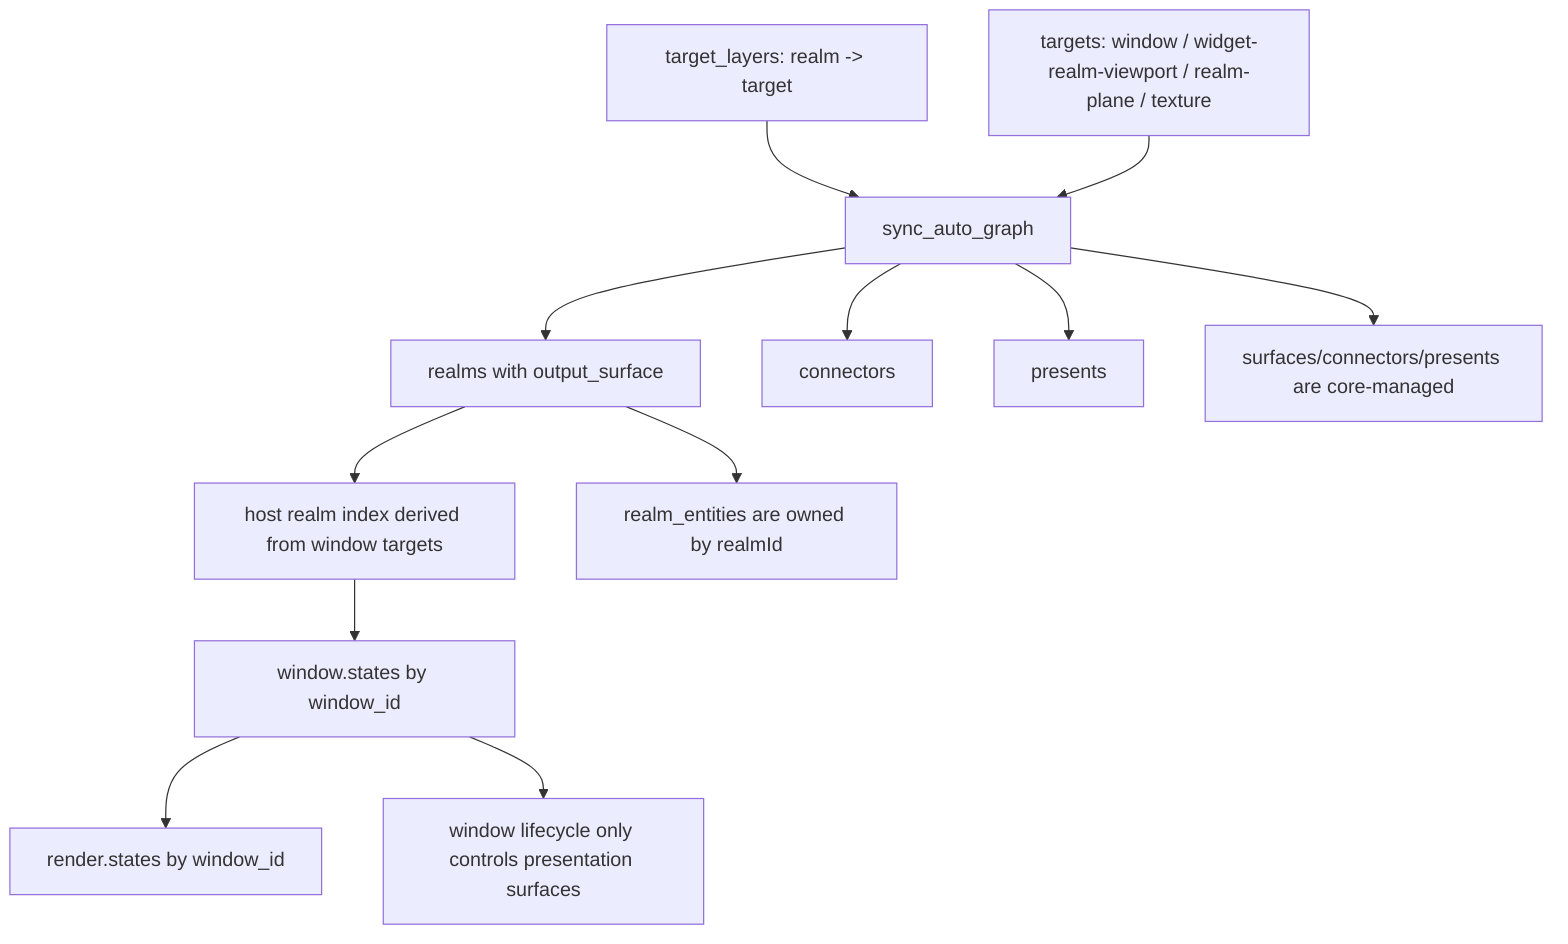
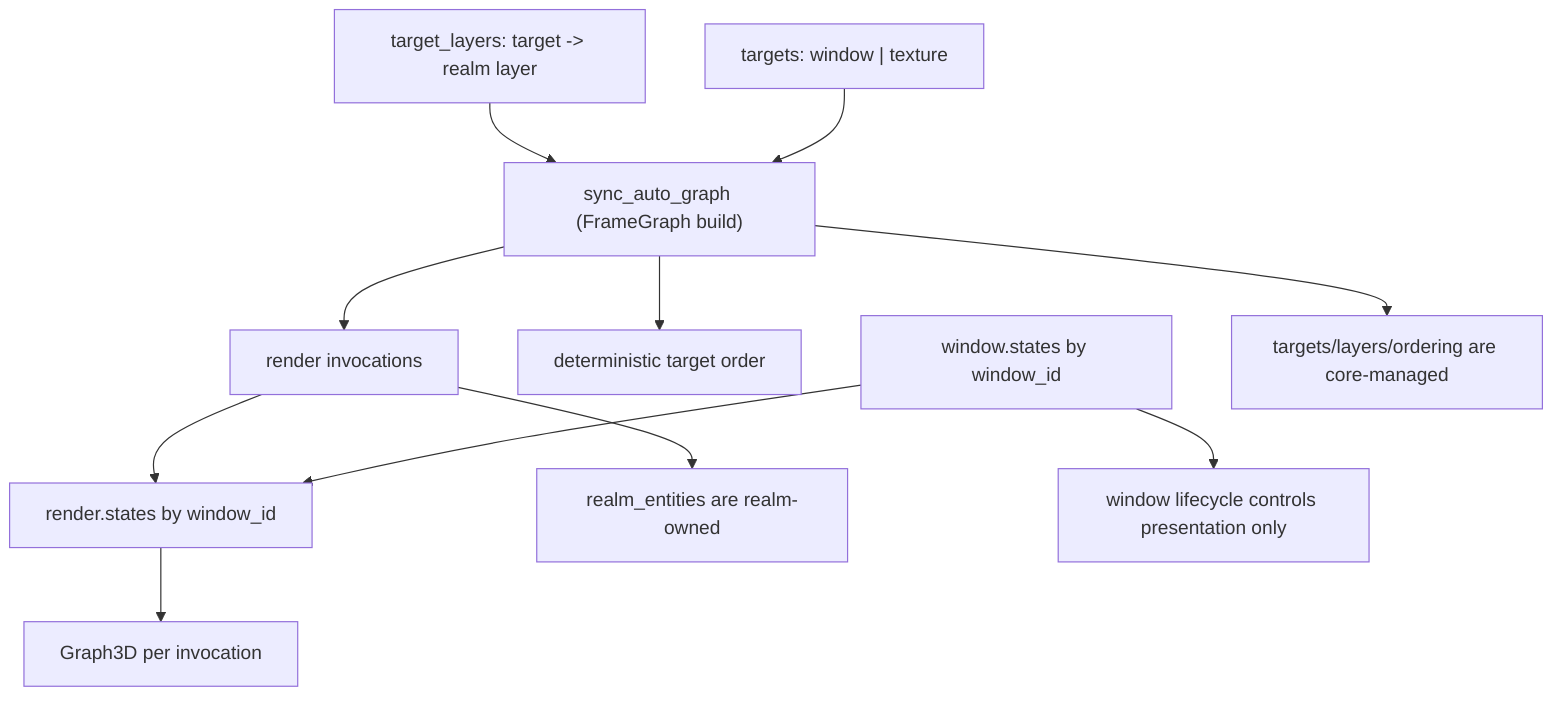
flowchart TB
-   TL["target_layers: realm -> target"]
-   TG["targets: window / widget-realm-viewport / realm-plane / texture"]
-   AG["sync_auto_graph"]
-   RS["realms with output_surface"]
-   CS["connectors"]
-   PS["presents"]
+   TL["target_layers: target -> realm layer"]
+   TG["targets: window | texture"]
+   AG["sync_auto_graph (FrameGraph build)"]
+   INV["render invocations"]
+   ORD["deterministic target order"]

  TL --> AG
  TG --> AG
-   AG --> RS
-   AG --> CS
-   AG --> PS
+   AG --> INV
+   AG --> ORD

-   HW["host realm index derived from window targets"]
  WS["window.states by window_id"]
-   RWS["render.states by window_id"]
+   RS["render.states by window_id"]
+   G3D["Graph3D per invocation"]

-   RS --> HW
-   HW --> WS
-   WS --> RWS
+   INV --> RS
+   WS --> RS
+   RS --> G3D

-   OWN1["realm_entities are owned by realmId"]
-   OWN2["surfaces/connectors/presents are core-managed"]
-   OWN3["window lifecycle only controls presentation surfaces"]
+   OWN1["realm_entities are realm-owned"]
+   OWN2["targets/layers/ordering are core-managed"]
+   OWN3["window lifecycle controls presentation only"]

-   RS --> OWN1
+   INV --> OWN1
  AG --> OWN2
  WS --> OWN3
